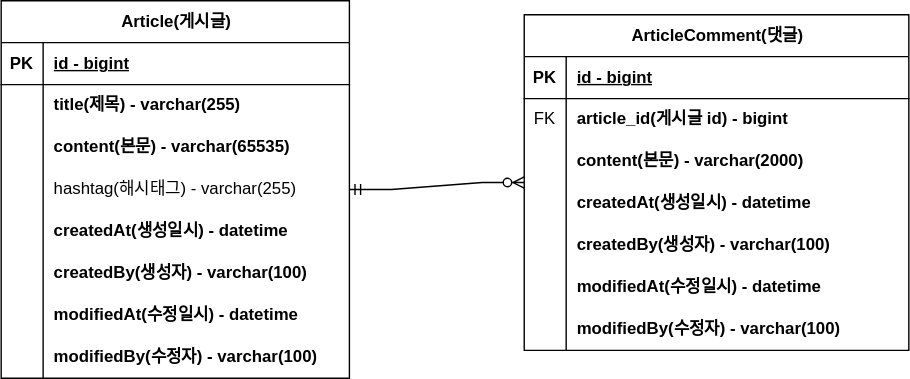
Above: document/project-board-erd.svg in Inderby/board-service (draw.io), before the change. Source tidied: cells renumbered, new cells last; positions are measured from the earlier drawing's top-left corner, leaving out a move shared by most shapes.
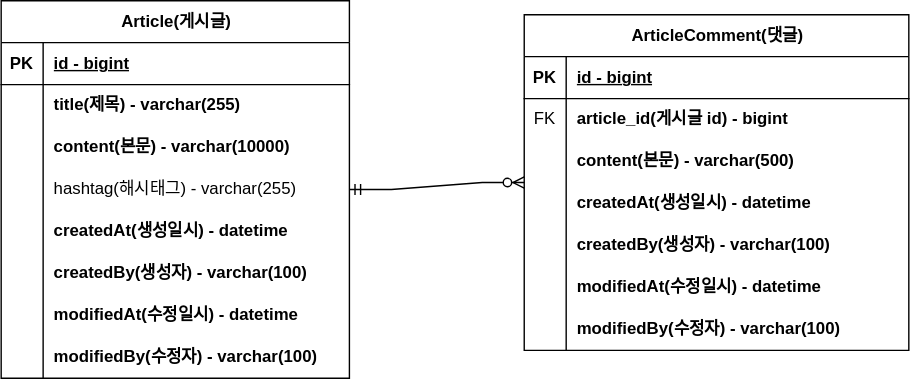
The same diagram one commit later.

Commit message:
#10 - erd 업데이트 : content size 변경

Change to the diagram source:
```diff
@@ -29,7 +29,7 @@
     <mxCell id="10" style="shape=partialRectangle;fillColor=none;top=0;left=0;bottom=0;right=0;overflow=hidden;whiteSpace=wrap;html=1;" parent="9" vertex="1">
       <mxGeometry width="30" height="30" as="geometry" />
     </mxCell>
-    <mxCell id="11" value="content(본문) - varchar(65535)" style="shape=partialRectangle;fillColor=none;top=0;left=0;bottom=0;right=0;align=left;spacingLeft=6;overflow=hidden;whiteSpace=wrap;html=1;fontStyle=1;" parent="9" vertex="1">
+    <mxCell id="11" value="content(본문) - varchar(10000)" style="shape=partialRectangle;fillColor=none;top=0;left=0;bottom=0;right=0;align=left;spacingLeft=6;overflow=hidden;whiteSpace=wrap;html=1;fontStyle=1;" parent="9" vertex="1">
       <mxGeometry x="30" width="219" height="30" as="geometry" />
     </mxCell>
     <mxCell id="12" style="shape=tableRow;horizontal=0;startSize=0;swimlaneHead=0;swimlaneBody=0;fillColor=none;top=0;left=0;right=0;bottom=0;" parent="2" vertex="1">
@@ -104,7 +104,7 @@
     <mxCell id="35" style="shape=partialRectangle;fillColor=none;top=0;left=0;bottom=0;right=0;overflow=hidden;whiteSpace=wrap;html=1;" parent="34" vertex="1">
       <mxGeometry width="30" height="30" as="geometry" />
     </mxCell>
-    <mxCell id="36" value="content(본문) - varchar(2000)" style="shape=partialRectangle;fillColor=none;top=0;left=0;bottom=0;right=0;align=left;spacingLeft=6;overflow=hidden;whiteSpace=wrap;html=1;fontStyle=1;" parent="34" vertex="1">
+    <mxCell id="36" value="content(본문) - varchar(500)" style="shape=partialRectangle;fillColor=none;top=0;left=0;bottom=0;right=0;align=left;spacingLeft=6;overflow=hidden;whiteSpace=wrap;html=1;fontStyle=1;" parent="34" vertex="1">
       <mxGeometry x="30" width="245" height="30" as="geometry" />
     </mxCell>
     <mxCell id="37" style="shape=tableRow;horizontal=0;startSize=0;swimlaneHead=0;swimlaneBody=0;fillColor=none;top=0;left=0;right=0;bottom=0;" parent="27" vertex="1">
```
